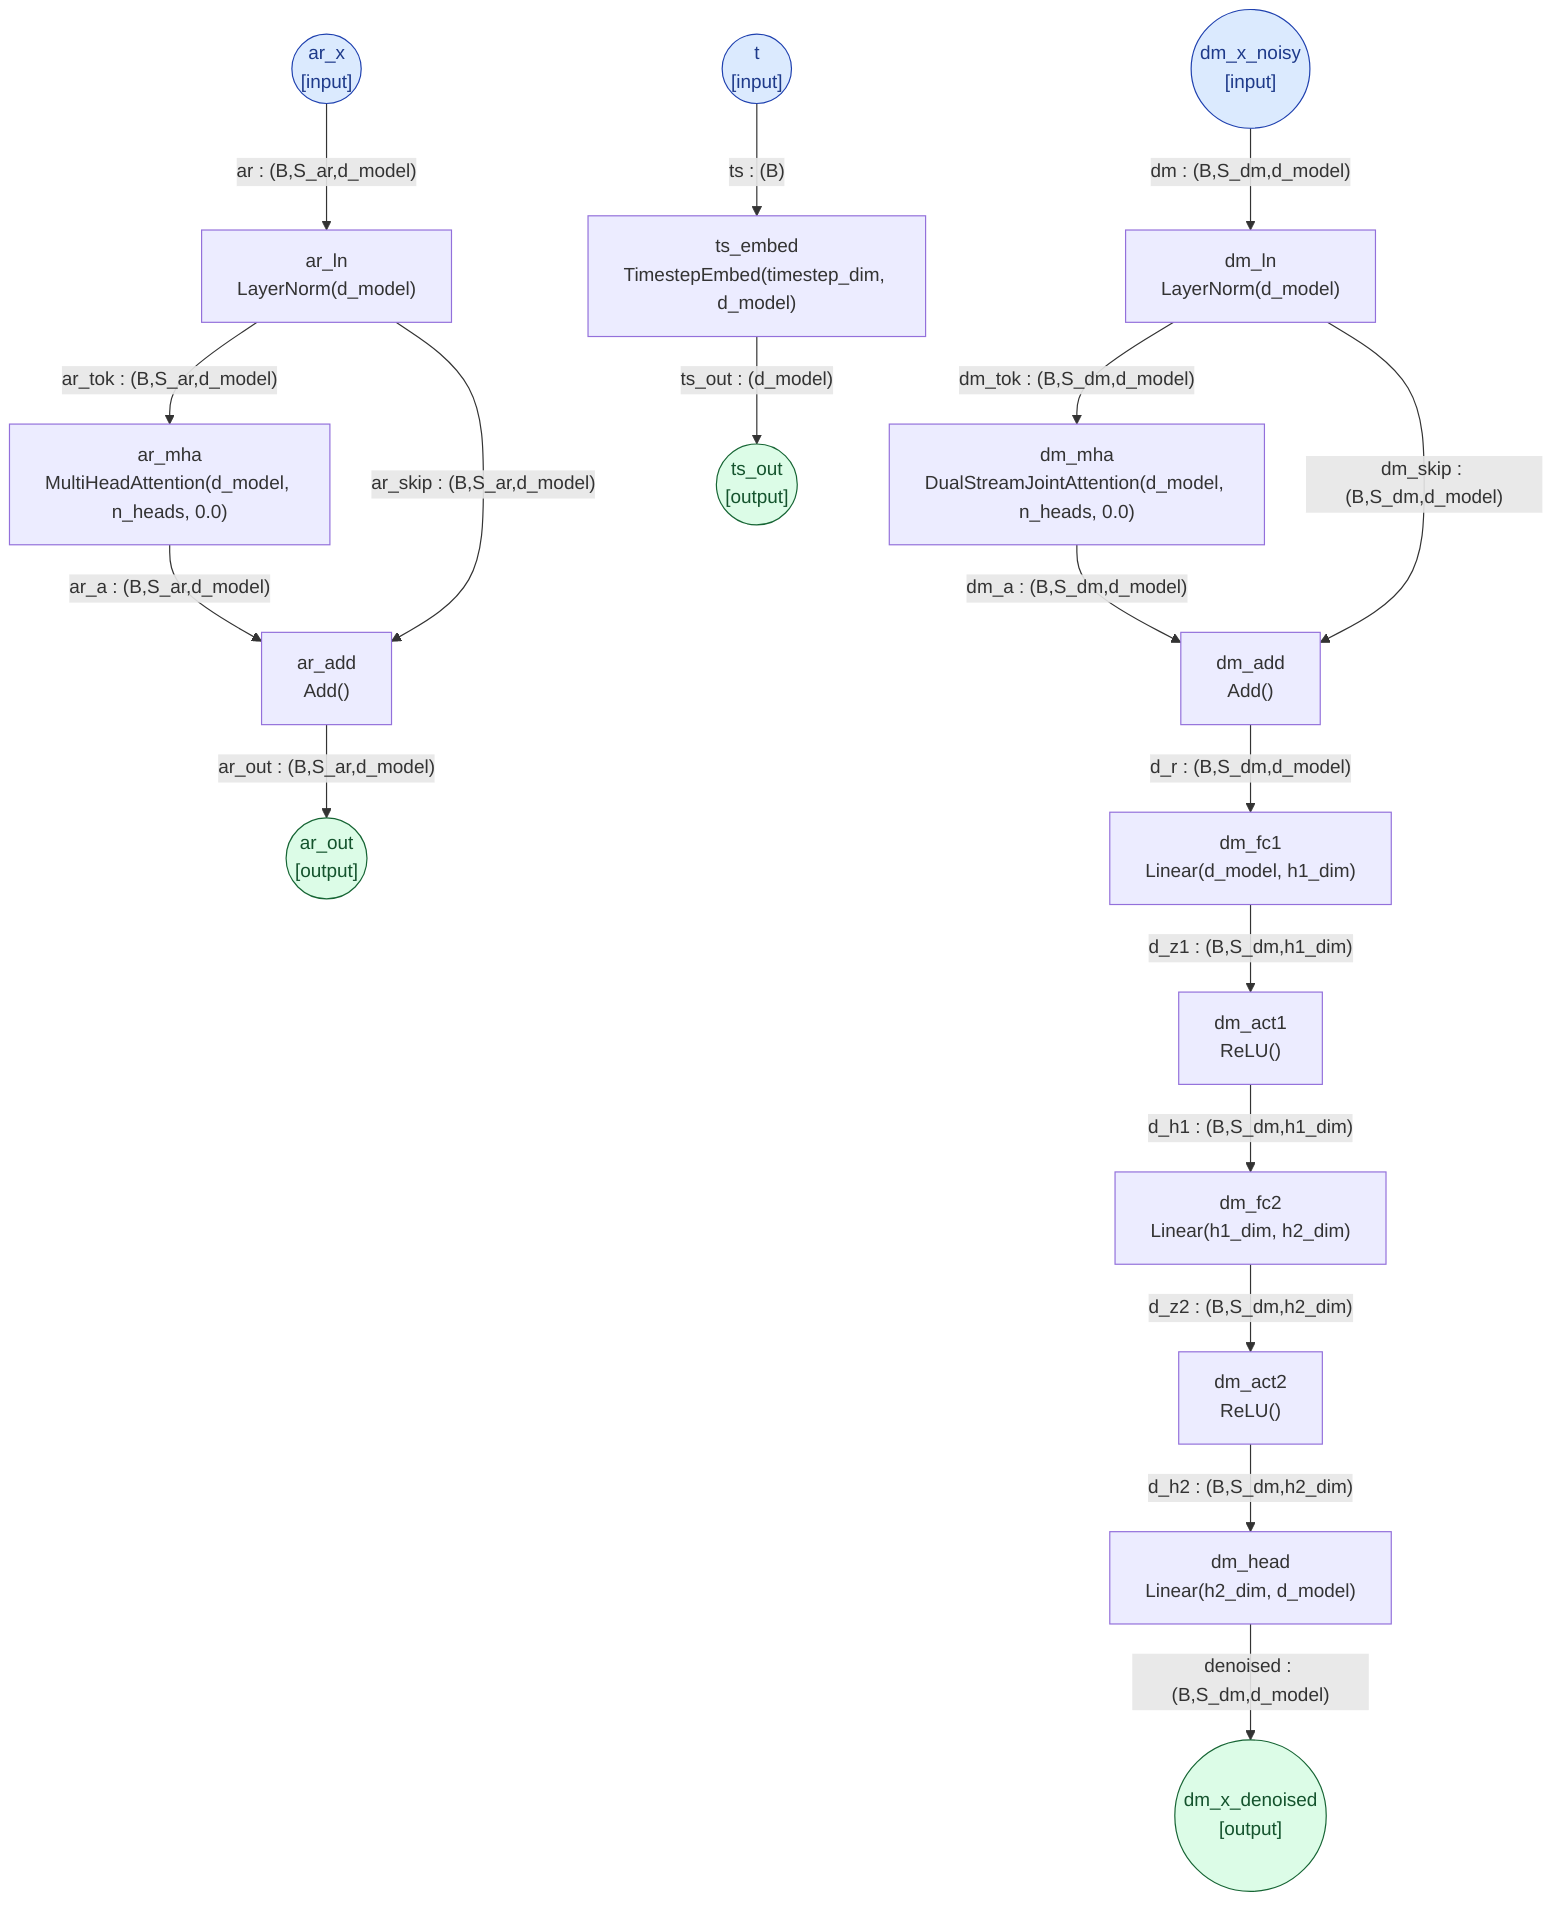
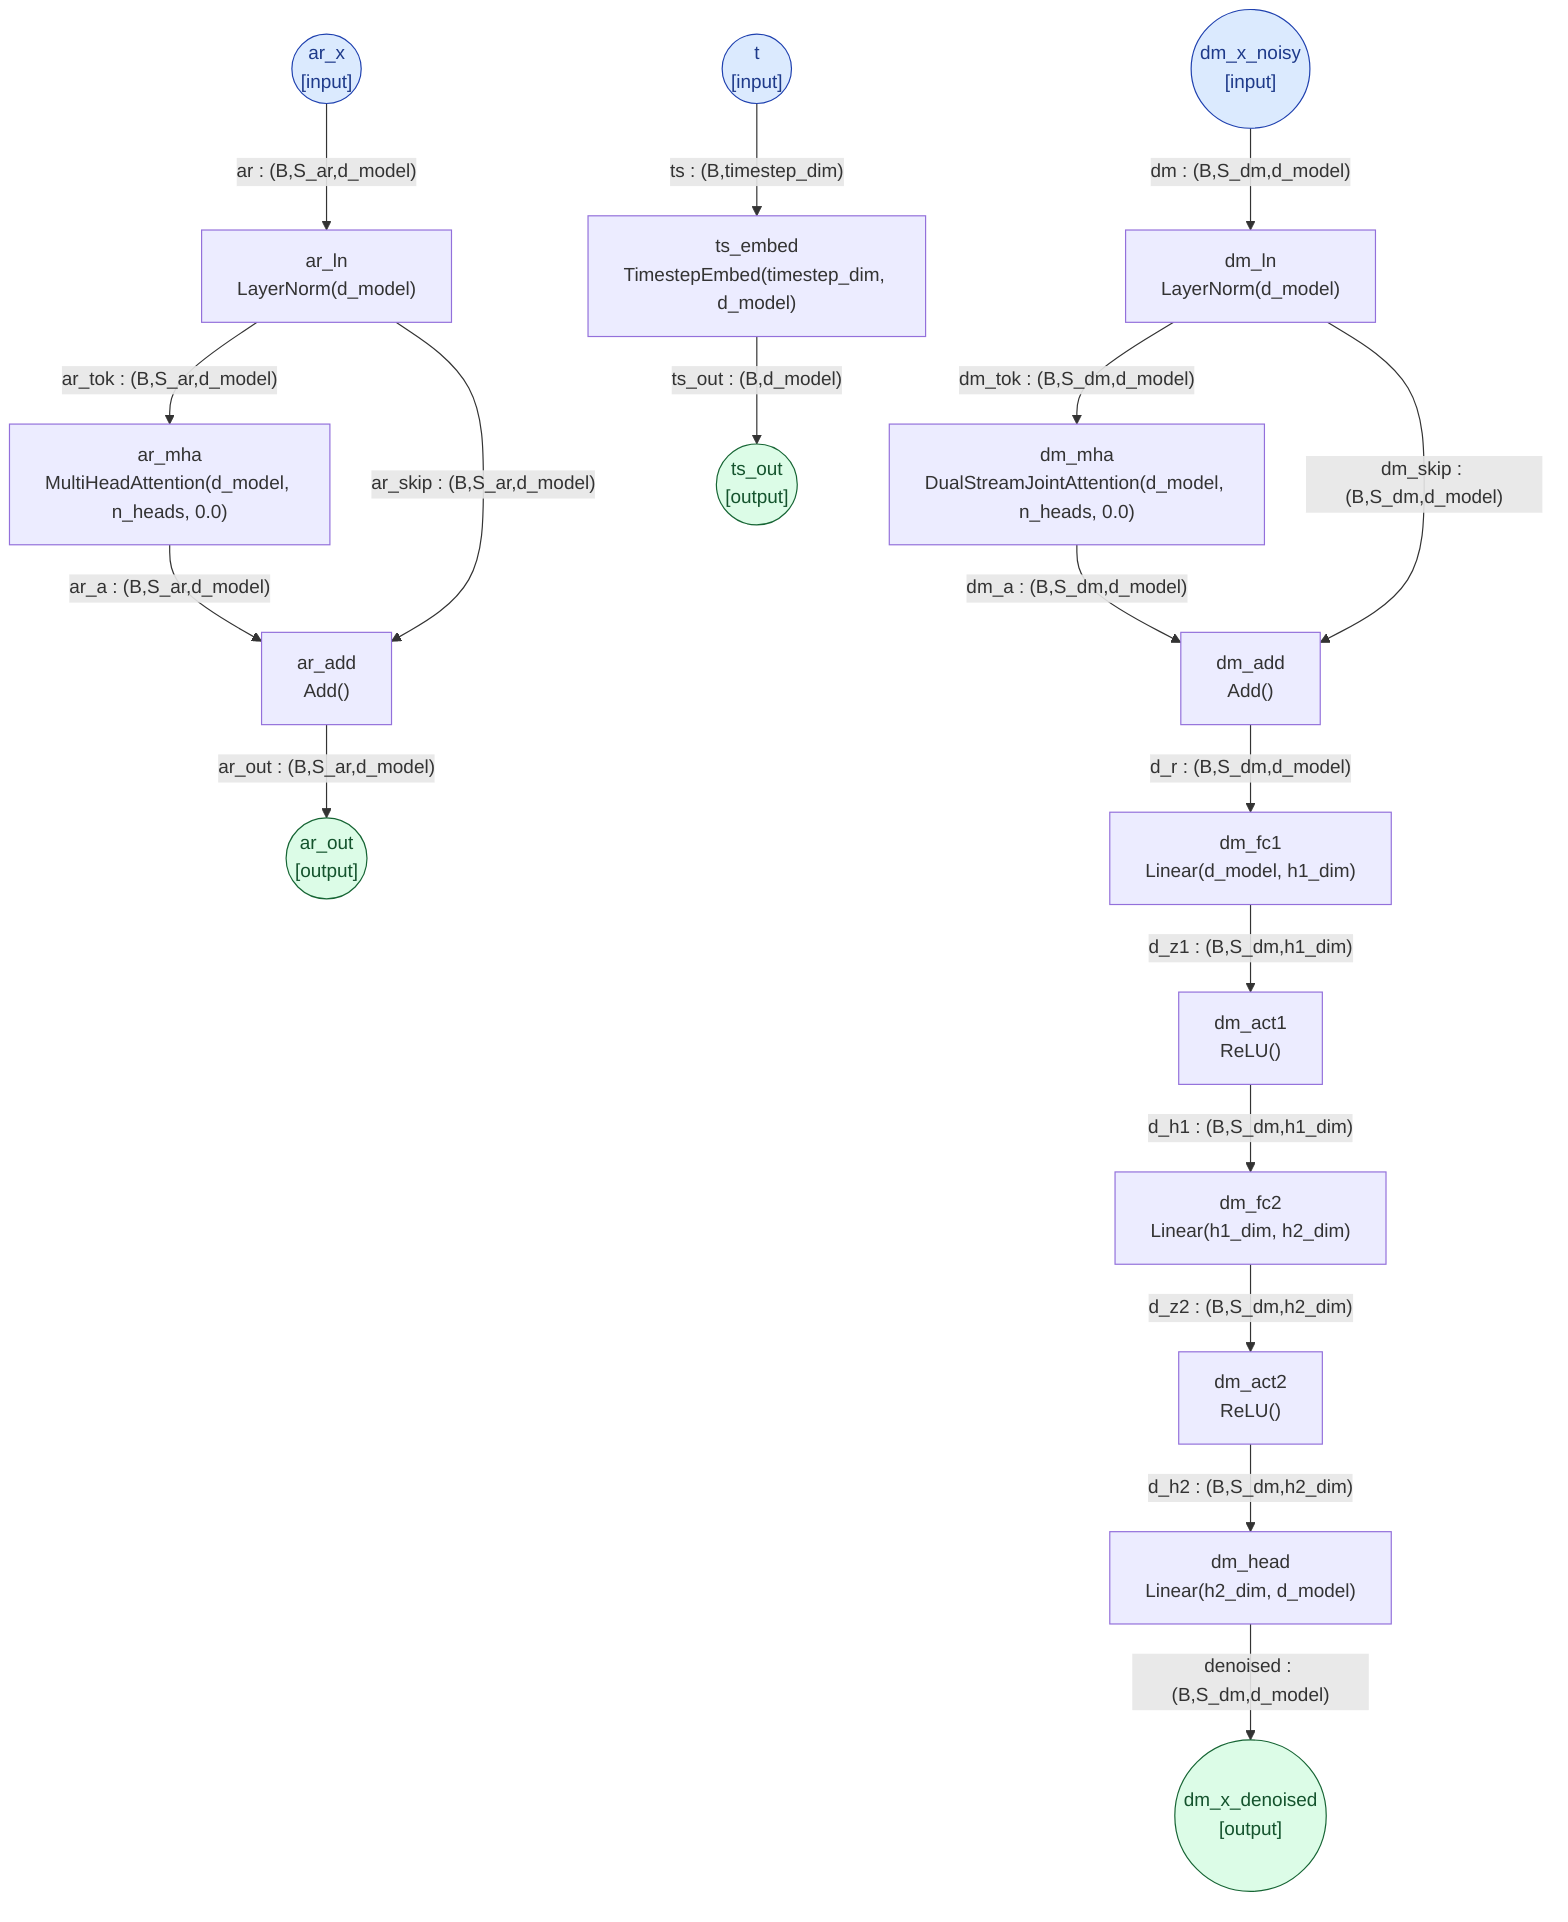
%% architecture MoTDenoiseStep
flowchart TD
    ar_x(("ar_x<br/>[input]"))
    dm_x_noisy(("dm_x_noisy<br/>[input]"))
    t(("t<br/>[input]"))
    ar_ln["ar_ln<br/>LayerNorm(d_model)"]
    ar_mha["ar_mha<br/>MultiHeadAttention(d_model, n_heads, 0.0)"]
    ar_add["ar_add<br/>Add()"]
    ar_out(("ar_out<br/>[output]"))
    ts_embed["ts_embed<br/>TimestepEmbed(timestep_dim, d_model)"]
    dm_ln["dm_ln<br/>LayerNorm(d_model)"]
    dm_mha["dm_mha<br/>DualStreamJointAttention(d_model, n_heads, 0.0)"]
    dm_add["dm_add<br/>Add()"]
    dm_fc1["dm_fc1<br/>Linear(d_model, h1_dim)"]
    dm_act1["dm_act1<br/>ReLU()"]
    dm_fc2["dm_fc2<br/>Linear(h1_dim, h2_dim)"]
    dm_act2["dm_act2<br/>ReLU()"]
    dm_head["dm_head<br/>Linear(h2_dim, d_model)"]
    dm_x_denoised(("dm_x_denoised<br/>[output]"))
    ts_out(("ts_out<br/>[output]"))
    ar_x -- "ar : (B,S_ar,d_model)" --> ar_ln
    ar_ln -- "ar_tok : (B,S_ar,d_model)" --> ar_mha
    ar_mha -- "ar_a : (B,S_ar,d_model)" --> ar_add
    ar_ln -- "ar_skip : (B,S_ar,d_model)" --> ar_add
    ar_add -- "ar_out : (B,S_ar,d_model)" --> ar_out
-     t -- "ts : (B)" --> ts_embed
+     t -- "ts : (B,timestep_dim)" --> ts_embed
    dm_x_noisy -- "dm : (B,S_dm,d_model)" --> dm_ln
    dm_ln -- "dm_tok : (B,S_dm,d_model)" --> dm_mha
    dm_mha -- "dm_a : (B,S_dm,d_model)" --> dm_add
    dm_ln -- "dm_skip : (B,S_dm,d_model)" --> dm_add
    dm_add -- "d_r : (B,S_dm,d_model)" --> dm_fc1
    dm_fc1 -- "d_z1 : (B,S_dm,h1_dim)" --> dm_act1
    dm_act1 -- "d_h1 : (B,S_dm,h1_dim)" --> dm_fc2
    dm_fc2 -- "d_z2 : (B,S_dm,h2_dim)" --> dm_act2
    dm_act2 -- "d_h2 : (B,S_dm,h2_dim)" --> dm_head
    dm_head -- "denoised : (B,S_dm,d_model)" --> dm_x_denoised
-     ts_embed -- "ts_out : (d_model)" --> ts_out
+     ts_embed -- "ts_out : (B,d_model)" --> ts_out
    classDef input fill:#dbeafe,stroke:#1e40af,color:#1e3a8a;
    class ar_x,dm_x_noisy,t input;
    classDef output fill:#dcfce7,stroke:#166534,color:#14532d;
    class ar_out,dm_x_denoised,ts_out output;